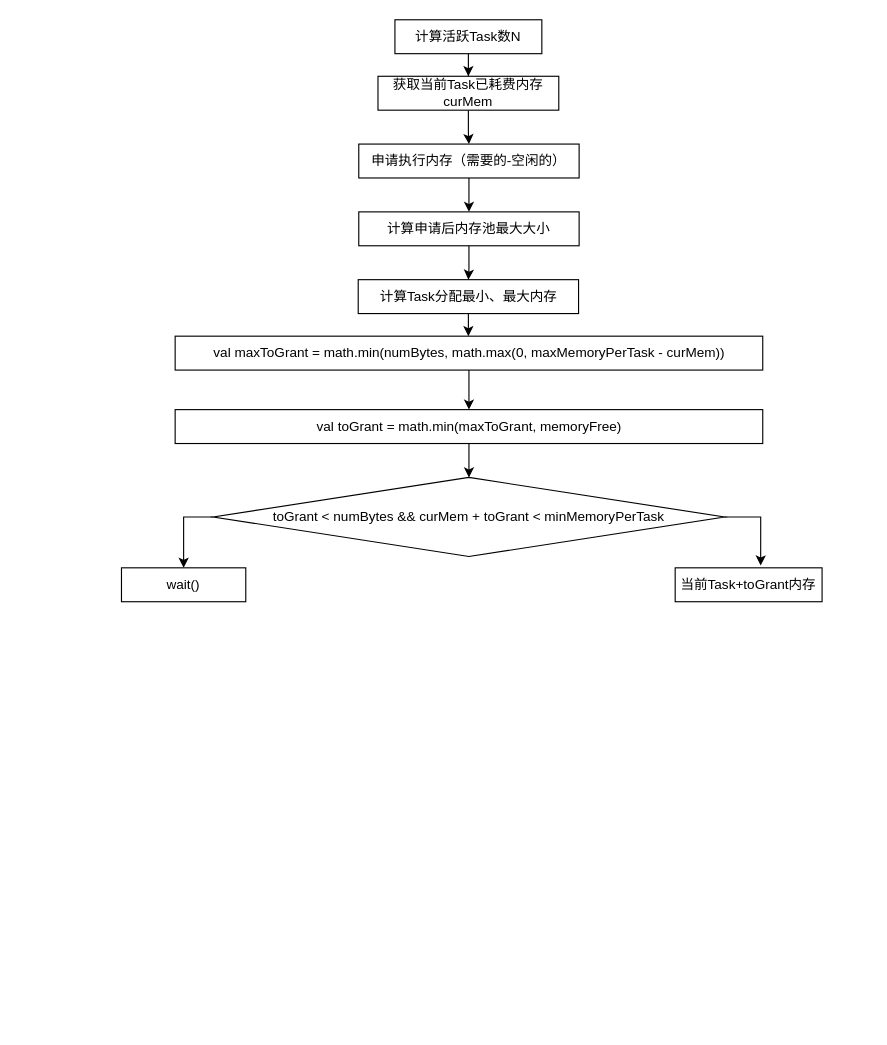
Earlier version of the draw.io diagram page "内存管理" (3 of 5) of docs/spark/spark源码阅读.drawio (luckywind/TechWorld). Source tidied: cells renumbered, new cells numbered last; positions are measured from the earlier drawing's top-left corner, leaving out a move shared by most shapes. Both pictures are drawn from the tidied source at 113%, with x=0, y=0 at pixel (121, 19).
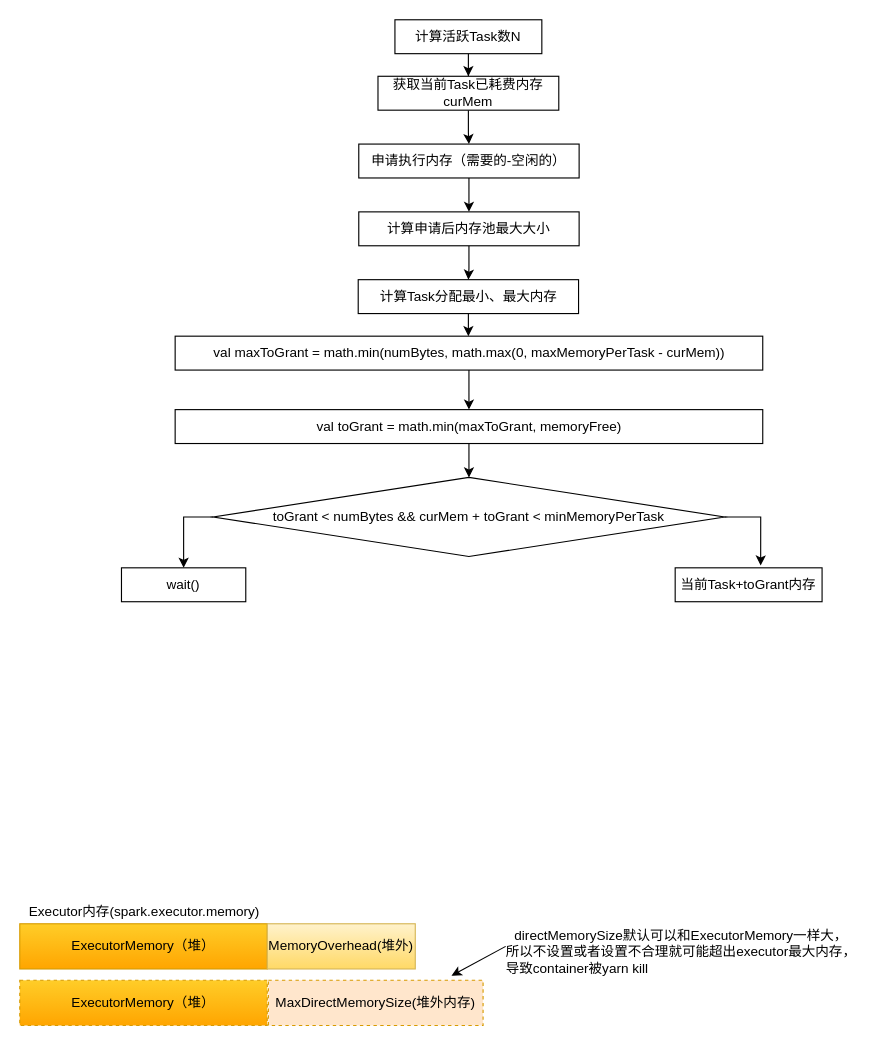
After the change.

Change to the diagram source:
```diff
@@
+    <mxCell id="21" value="ExecutorMemory（堆）" style="rounded=0;whiteSpace=wrap;html=1;strokeColor=#d79b00;fillColor=#ffcd28;gradientColor=#ffa500;" parent="1" vertex="1">
+      <mxGeometry x="-90" y="800" width="219" height="40" as="geometry" />
+    </mxCell>
+    <mxCell id="22" value="ExecutorMemory（堆）" style="rounded=0;whiteSpace=wrap;html=1;strokeColor=#d79b00;fillColor=#ffcd28;gradientColor=#ffa500;dashed=1;" parent="1" vertex="1">
+      <mxGeometry x="-90" y="850" width="219" height="40" as="geometry" />
+    </mxCell>
+    <mxCell id="23" value="MemoryOverhead(堆外)" style="rounded=0;whiteSpace=wrap;html=1;strokeColor=#d6b656;fillColor=#fff2cc;gradientColor=#ffd966;" parent="1" vertex="1">
+      <mxGeometry x="129" y="800" width="131" height="40" as="geometry" />
+    </mxCell>
+    <mxCell id="24" value="Executor内存(spark.executor.memory)" style="text;html=1;align=center;verticalAlign=middle;" parent="1" vertex="1">
+      <mxGeometry x="-90" y="780" width="220" height="20" as="geometry" />
+    </mxCell>
+    <mxCell id="25" value="MaxDirectMemorySize(堆外内存)" style="rounded=0;whiteSpace=wrap;html=1;strokeColor=#d79b00;fillColor=#ffe6cc;dashed=1;" parent="1" vertex="1">
+      <mxGeometry x="130" y="850" width="190" height="40" as="geometry" />
+    </mxCell>
+    <mxCell id="26" value="directMemorySize默认可以和ExecutorMemory一样大，&lt;br&gt;所以不设置或者设置不合理就可能超出executor最大内存，&lt;br&gt;&lt;div style=&quot;text-align: left&quot;&gt;&lt;span&gt;导致container被yarn kill&lt;/span&gt;&lt;/div&gt;" style="text;html=1;align=center;verticalAlign=middle;" parent="1" vertex="1">
+      <mxGeometry x="330" y="800" width="330" height="50" as="geometry" />
+    </mxCell>
+    <mxCell id="27" style="endArrow=classic;html=1;strokeColor=#000000;entryX=0.853;entryY=-0.1;entryDx=0;entryDy=0;entryPerimeter=0;" parent="1" edge="1" target="25">
+      <mxGeometry relative="1" as="geometry">
+        <mxPoint x="340" y="820" as="sourcePoint" />
+      </mxGeometry>
+    </mxCell>
```
